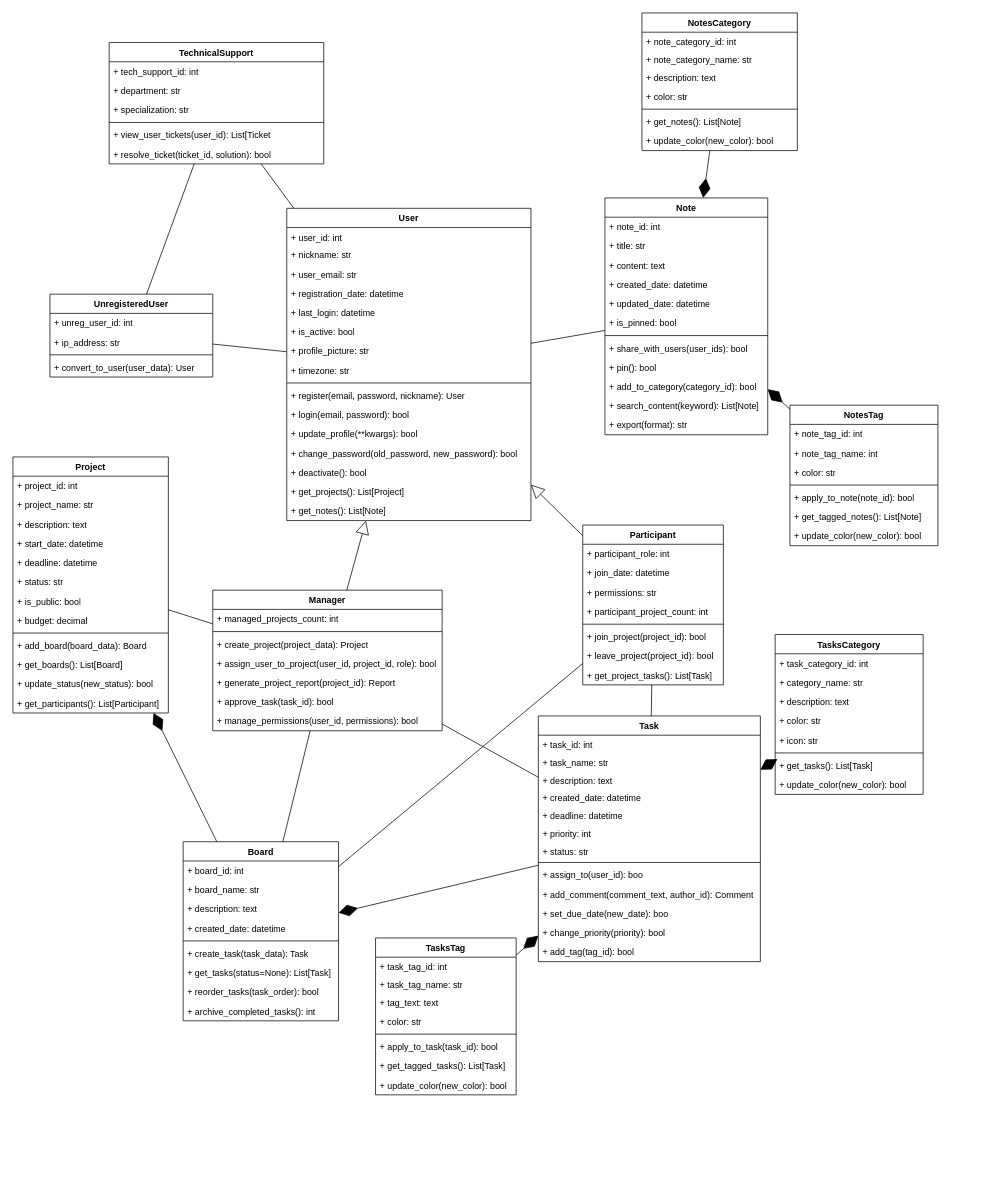
diamko/Lab3 keeps this draw.io diagram as TRPO3.drawio.xml. Above is the earlier version. Source tidied: cells renumbered, new cells numbered last; positions are measured from the earlier drawing's top-left corner, leaving out a move shared by most shapes. Both pictures are drawn from the tidied source at 74%, with x=0, y=0 at pixel (13, 13).
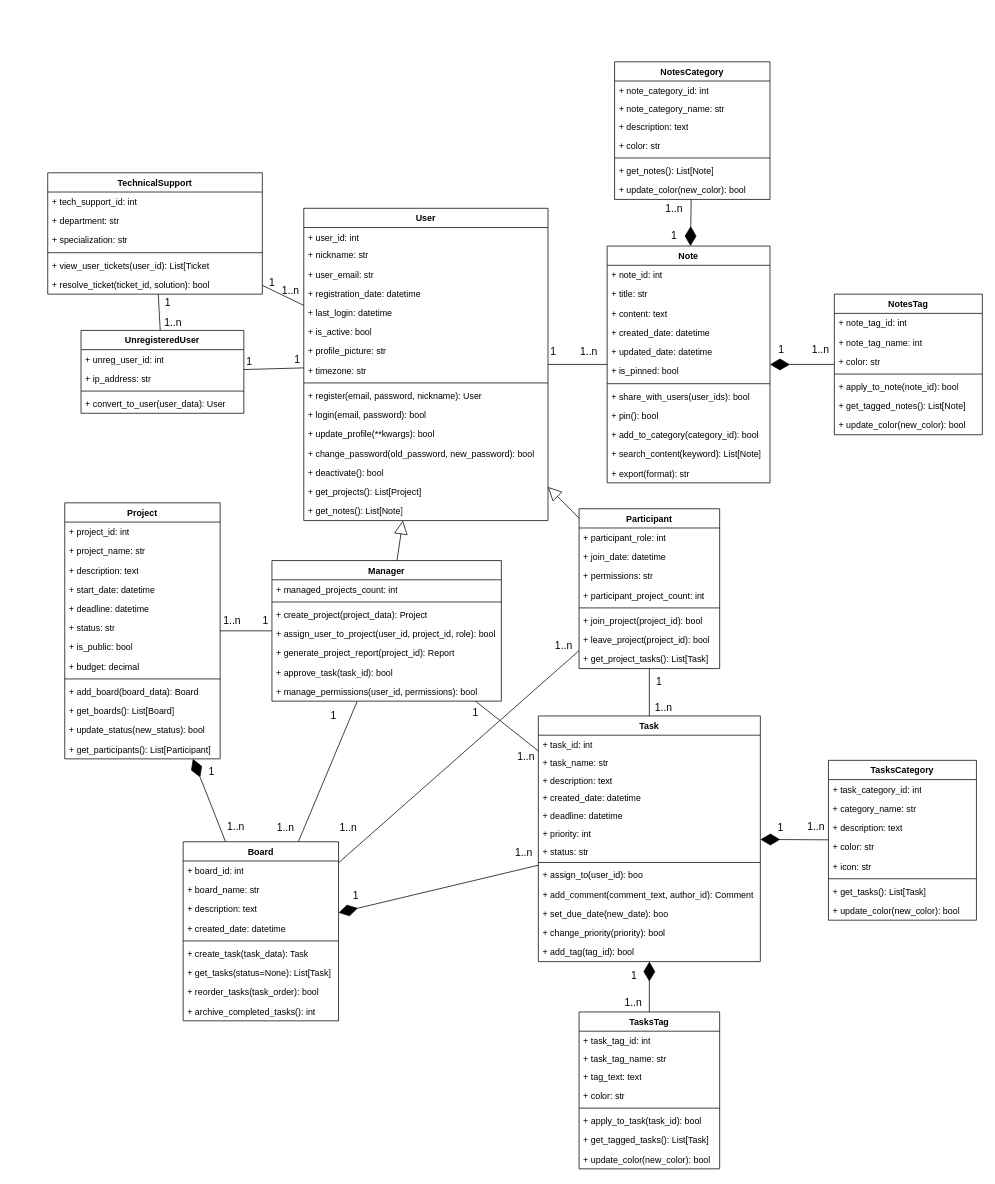
After the change.

The edit, as a diff of the source:
```diff
@@
     <mxCell id="2" value="Manager" style="swimlane;fontStyle=1;align=center;verticalAlign=top;horizontal=1;startSize=26;whiteSpace=wrap;html=1;" parent="1" vertex="1">
-      <mxGeometry x="270" y="780" width="310" height="190" as="geometry" />
+      <mxGeometry x="350" y="740" width="310" height="190" as="geometry" />
     </mxCell>
@@
     <mxCell id="10" value="User" style="swimlane;fontStyle=1;align=center;verticalAlign=top;horizontal=1;startSize=26;whiteSpace=wrap;html=1;" parent="1" vertex="1">
-      <mxGeometry x="370" y="264" width="330" height="422" as="geometry" />
+      <mxGeometry x="393" y="264" width="330" height="422" as="geometry" />
     </mxCell>
@@
     <mxCell id="27" value="&lt;span style=&quot;white-space: pre-wrap;&quot; class=&quot;aNeGP0gI0B9AV8JaHPyH&quot;&gt;Participant&lt;/span&gt;" style="swimlane;fontStyle=1;align=center;verticalAlign=top;horizontal=1;startSize=26;whiteSpace=wrap;html=1;" parent="1" vertex="1">
-      <mxGeometry x="770" y="692" width="190" height="216" as="geometry" />
+      <mxGeometry x="765" y="670" width="190" height="216" as="geometry" />
     </mxCell>
@@
     <mxCell id="36" value="UnregisteredUser" style="swimlane;fontStyle=1;align=center;verticalAlign=top;horizontal=1;startSize=26;whiteSpace=wrap;html=1;" parent="1" vertex="1">
-      <mxGeometry x="50" y="380" width="220" height="112" as="geometry" />
+      <mxGeometry x="92" y="429" width="220" height="112" as="geometry" />
     </mxCell>
@@
     <mxCell id="41" value="TechnicalSupport" style="swimlane;fontStyle=1;align=center;verticalAlign=top;horizontal=1;startSize=26;whiteSpace=wrap;html=1;" parent="1" vertex="1">
-      <mxGeometry x="130" y="40" width="290" height="164" as="geometry" />
+      <mxGeometry x="47" y="216" width="290" height="164" as="geometry" />
     </mxCell>
@@
     <mxCell id="48" value="Project" style="swimlane;fontStyle=1;align=center;verticalAlign=top;horizontal=1;startSize=26;whiteSpace=wrap;html=1;" parent="1" vertex="1">
-      <mxGeometry y="600" width="210" height="346" as="geometry" />
+      <mxGeometry x="70" y="662" width="210" height="346" as="geometry" />
     </mxCell>
@@
     <mxCell id="72" value="Note" style="swimlane;fontStyle=1;align=center;verticalAlign=top;horizontal=1;startSize=26;whiteSpace=wrap;html=1;" parent="1" vertex="1">
-      <mxGeometry x="800" y="250" width="220" height="320" as="geometry" />
+      <mxGeometry x="803" y="315" width="220" height="320" as="geometry" />
     </mxCell>
@@
     <mxCell id="112" value="TasksTag" style="swimlane;fontStyle=1;align=center;verticalAlign=top;horizontal=1;startSize=26;whiteSpace=wrap;html=1;" parent="1" vertex="1">
-      <mxGeometry x="490" y="1250" width="190" height="212" as="geometry" />
+      <mxGeometry x="765" y="1350" width="190" height="212" as="geometry" />
     </mxCell>
@@
     <mxCell id="121" value="TasksCategory" style="swimlane;fontStyle=1;align=center;verticalAlign=top;horizontal=1;startSize=26;whiteSpace=wrap;html=1;" parent="1" vertex="1">
-      <mxGeometry x="1030" y="840" width="200" height="216" as="geometry" />
+      <mxGeometry x="1102" y="1010" width="200" height="216" as="geometry" />
     </mxCell>
@@
     <mxCell id="132" value="NotesTag" style="swimlane;fontStyle=1;align=center;verticalAlign=top;horizontal=1;startSize=26;whiteSpace=wrap;html=1;" parent="1" vertex="1">
-      <mxGeometry x="1050" y="530" width="200" height="190" as="geometry" />
+      <mxGeometry x="1110" y="380" width="200" height="190" as="geometry" />
     </mxCell>
@@
     <mxCell id="140" value="NotesCategory" style="swimlane;fontStyle=1;align=center;verticalAlign=top;horizontal=1;startSize=26;whiteSpace=wrap;html=1;" parent="1" vertex="1">
-      <mxGeometry x="850" width="210" height="186" as="geometry" />
+      <mxGeometry x="813" y="66" width="210" height="186" as="geometry" />
     </mxCell>
@@
+    <mxCell id="150" value="&lt;font style=&quot;font-size: 14px;&quot;&gt;1..n&lt;/font&gt;" style="text;html=1;align=center;verticalAlign=middle;strokeColor=none;fillColor=none;" parent="1" vertex="1">
+      <mxGeometry x="1060" y="1085" width="50" height="30" as="geometry" />
+    </mxCell>
+    <mxCell id="151" value="&lt;font style=&quot;font-size: 14px;&quot;&gt;1&lt;/font&gt;" style="text;html=1;align=center;verticalAlign=middle;strokeColor=none;fillColor=none;" parent="1" vertex="1">
+      <mxGeometry x="304" y="456" width="30" height="30" as="geometry" />
+    </mxCell>
+    <mxCell id="152" value="&lt;font style=&quot;font-size: 14px;&quot;&gt;1&lt;/font&gt;" style="text;html=1;align=center;verticalAlign=middle;strokeColor=none;fillColor=none;" parent="1" vertex="1">
+      <mxGeometry x="369" y="453" width="30" height="30" as="geometry" />
+    </mxCell>
+    <mxCell id="153" value="&lt;font style=&quot;font-size: 14px;&quot;&gt;1&lt;/font&gt;" style="text;html=1;align=center;verticalAlign=middle;strokeColor=none;fillColor=none;" parent="1" vertex="1">
+      <mxGeometry x="194" y="376" width="30" height="30" as="geometry" />
+    </mxCell>
+    <mxCell id="154" value="&lt;font style=&quot;font-size: 14px;&quot;&gt;1..n&lt;/font&gt;" style="text;html=1;align=center;verticalAlign=middle;strokeColor=none;fillColor=none;" parent="1" vertex="1">
+      <mxGeometry x="191" y="404" width="50" height="30" as="geometry" />
+    </mxCell>
+    <mxCell id="155" value="&lt;font style=&quot;font-size: 14px;&quot;&gt;1..n&lt;/font&gt;" style="text;html=1;align=center;verticalAlign=middle;strokeColor=none;fillColor=none;" parent="1" vertex="1">
+      <mxGeometry x="350" y="360" width="50" height="30" as="geometry" />
+    </mxCell>
+    <mxCell id="156" value="&lt;font style=&quot;font-size: 14px;&quot;&gt;1&lt;/font&gt;" style="text;html=1;align=center;verticalAlign=middle;strokeColor=none;fillColor=none;" parent="1" vertex="1">
+      <mxGeometry x="335" y="350" width="30" height="30" as="geometry" />
+    </mxCell>
+    <mxCell id="157" value="&lt;font style=&quot;font-size: 14px;&quot;&gt;1&lt;/font&gt;" style="text;html=1;align=center;verticalAlign=middle;strokeColor=none;fillColor=none;" parent="1" vertex="1">
+      <mxGeometry x="715" y="443" width="30" height="30" as="geometry" />
+    </mxCell>
+    <mxCell id="158" value="&lt;font style=&quot;font-size: 14px;&quot;&gt;1..n&lt;/font&gt;" style="text;html=1;align=center;verticalAlign=middle;strokeColor=none;fillColor=none;" parent="1" vertex="1">
+      <mxGeometry x="753" y="443" width="50" height="30" as="geometry" />
+    </mxCell>
+    <mxCell id="159" value="&lt;font style=&quot;font-size: 14px;&quot;&gt;1..n&lt;/font&gt;" style="text;html=1;align=center;verticalAlign=middle;strokeColor=none;fillColor=none;" parent="1" vertex="1">
+      <mxGeometry x="868" y="250" width="50" height="30" as="geometry" />
+    </mxCell>
+    <mxCell id="160" value="&lt;font style=&quot;font-size: 14px;&quot;&gt;1&lt;/font&gt;" style="text;html=1;align=center;verticalAlign=middle;strokeColor=none;fillColor=none;" parent="1" vertex="1">
+      <mxGeometry x="878" y="286" width="30" height="30" as="geometry" />
+    </mxCell>
+    <mxCell id="161" value="&lt;font style=&quot;font-size: 14px;&quot;&gt;1&lt;/font&gt;" style="text;html=1;align=center;verticalAlign=middle;strokeColor=none;fillColor=none;" parent="1" vertex="1">
+      <mxGeometry x="1023" y="440" width="30" height="30" as="geometry" />
+    </mxCell>
+    <mxCell id="162" value="&lt;font style=&quot;font-size: 14px;&quot;&gt;1..n&lt;/font&gt;" style="text;html=1;align=center;verticalAlign=middle;strokeColor=none;fillColor=none;" parent="1" vertex="1">
+      <mxGeometry x="1066" y="440" width="50" height="30" as="geometry" />
+    </mxCell>
+    <mxCell id="163" value="&lt;font style=&quot;font-size: 14px;&quot;&gt;1&lt;/font&gt;" style="text;html=1;align=center;verticalAlign=middle;strokeColor=none;fillColor=none;" parent="1" vertex="1">
+      <mxGeometry x="1022" y="1086" width="30" height="30" as="geometry" />
+    </mxCell>
+    <mxCell id="164" value="&lt;font style=&quot;font-size: 14px;&quot;&gt;1..n&lt;/font&gt;" style="text;html=1;align=center;verticalAlign=middle;strokeColor=none;fillColor=none;" parent="1" vertex="1">
+      <mxGeometry x="854" y="924" width="50" height="30" as="geometry" />
+    </mxCell>
+    <mxCell id="165" value="&lt;font style=&quot;font-size: 14px;&quot;&gt;1&lt;/font&gt;" style="text;html=1;align=center;verticalAlign=middle;strokeColor=none;fillColor=none;" parent="1" vertex="1">
+      <mxGeometry x="858" y="888" width="30" height="30" as="geometry" />
+    </mxCell>
+    <mxCell id="166" value="&lt;font style=&quot;font-size: 14px;&quot;&gt;1&lt;/font&gt;" style="text;html=1;align=center;verticalAlign=middle;strokeColor=none;fillColor=none;" parent="1" vertex="1">
+      <mxGeometry x="824" y="1286" width="30" height="30" as="geometry" />
+    </mxCell>
+    <mxCell id="167" value="&lt;font style=&quot;font-size: 14px;&quot;&gt;1..n&lt;/font&gt;" style="text;html=1;align=center;verticalAlign=middle;strokeColor=none;fillColor=none;" parent="1" vertex="1">
+      <mxGeometry x="813" y="1322" width="50" height="30" as="geometry" />
+    </mxCell>
+    <mxCell id="168" value="&lt;font style=&quot;font-size: 14px;&quot;&gt;1..n&lt;/font&gt;" style="text;html=1;align=center;verticalAlign=middle;strokeColor=none;fillColor=none;" parent="1" vertex="1">
+      <mxGeometry x="665" y="1120" width="50" height="30" as="geometry" />
+    </mxCell>
+    <mxCell id="169" value="&lt;font style=&quot;font-size: 14px;&quot;&gt;1&lt;/font&gt;" style="text;html=1;align=center;verticalAlign=middle;strokeColor=none;fillColor=none;" parent="1" vertex="1">
+      <mxGeometry x="448" y="1178" width="30" height="30" as="geometry" />
+    </mxCell>
+    <mxCell id="170" value="&lt;font style=&quot;font-size: 14px;&quot;&gt;1&lt;/font&gt;" style="text;html=1;align=center;verticalAlign=middle;strokeColor=none;fillColor=none;" parent="1" vertex="1">
+      <mxGeometry x="610" y="930" width="30" height="30" as="geometry" />
+    </mxCell>
+    <mxCell id="171" value="&lt;font style=&quot;font-size: 14px;&quot;&gt;1..n&lt;/font&gt;" style="text;html=1;align=center;verticalAlign=middle;strokeColor=none;fillColor=none;" parent="1" vertex="1">
+      <mxGeometry x="668" y="990" width="50" height="30" as="geometry" />
+    </mxCell>
+    <mxCell id="172" value="&lt;font style=&quot;font-size: 14px;&quot;&gt;1..n&lt;/font&gt;" style="text;html=1;align=center;verticalAlign=middle;strokeColor=none;fillColor=none;" parent="1" vertex="1">
+      <mxGeometry x="719" y="840" width="50" height="30" as="geometry" />
+    </mxCell>
+    <mxCell id="173" value="&lt;font style=&quot;font-size: 14px;&quot;&gt;1..n&lt;/font&gt;" style="text;html=1;align=center;verticalAlign=middle;strokeColor=none;fillColor=none;" parent="1" vertex="1">
+      <mxGeometry x="428" y="1086" width="50" height="30" as="geometry" />
+    </mxCell>
+    <mxCell id="174" value="&lt;font style=&quot;font-size: 14px;&quot;&gt;1..n&lt;/font&gt;" style="text;html=1;align=center;verticalAlign=middle;strokeColor=none;fillColor=none;" parent="1" vertex="1">
+      <mxGeometry x="343" y="1086" width="50" height="30" as="geometry" />
+    </mxCell>
+    <mxCell id="175" value="&lt;font style=&quot;font-size: 14px;&quot;&gt;1&lt;/font&gt;" style="text;html=1;align=center;verticalAlign=middle;strokeColor=none;fillColor=none;" parent="1" vertex="1">
+      <mxGeometry x="418" y="934" width="30" height="30" as="geometry" />
+    </mxCell>
+    <mxCell id="176" value="&lt;font style=&quot;font-size: 14px;&quot;&gt;1..n&lt;/font&gt;" style="text;html=1;align=center;verticalAlign=middle;strokeColor=none;fillColor=none;" parent="1" vertex="1">
+      <mxGeometry x="276" y="1085" width="50" height="30" as="geometry" />
+    </mxCell>
+    <mxCell id="177" value="&lt;font style=&quot;font-size: 14px;&quot;&gt;1&lt;/font&gt;" style="text;html=1;align=center;verticalAlign=middle;strokeColor=none;fillColor=none;" parent="1" vertex="1">
+      <mxGeometry x="253" y="1010" width="30" height="30" as="geometry" />
+    </mxCell>
+    <mxCell id="178" value="&lt;font style=&quot;font-size: 14px;&quot;&gt;1&lt;/font&gt;" style="text;html=1;align=center;verticalAlign=middle;strokeColor=none;fillColor=none;" parent="1" vertex="1">
+      <mxGeometry x="326" y="806" width="30" height="30" as="geometry" />
+    </mxCell>
+    <mxCell id="179" value="&lt;font style=&quot;font-size: 14px;&quot;&gt;1..n&lt;/font&gt;" style="text;html=1;align=center;verticalAlign=middle;strokeColor=none;fillColor=none;" parent="1" vertex="1">
+      <mxGeometry x="271" y="806" width="50" height="30" as="geometry" />
+    </mxCell>
```
